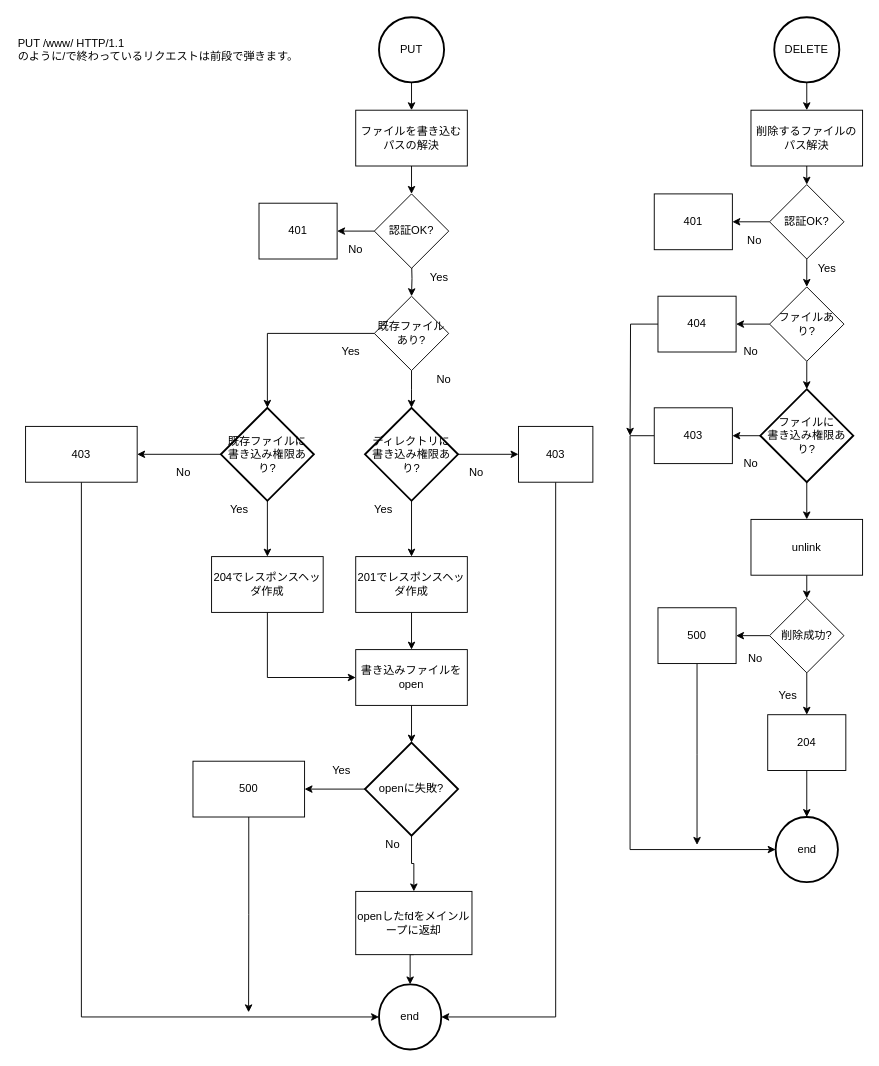
Above: drawio/putとdelete.dio in hiroin/webserv (draw.io), before the change. Source tidied: cells renumbered, new cells numbered last; positions are measured from the earlier drawing's top-left corner, leaving out a move shared by most shapes. Both pictures are drawn from the tidied source at 93%, with x=0, y=0 at pixel (16, 17).
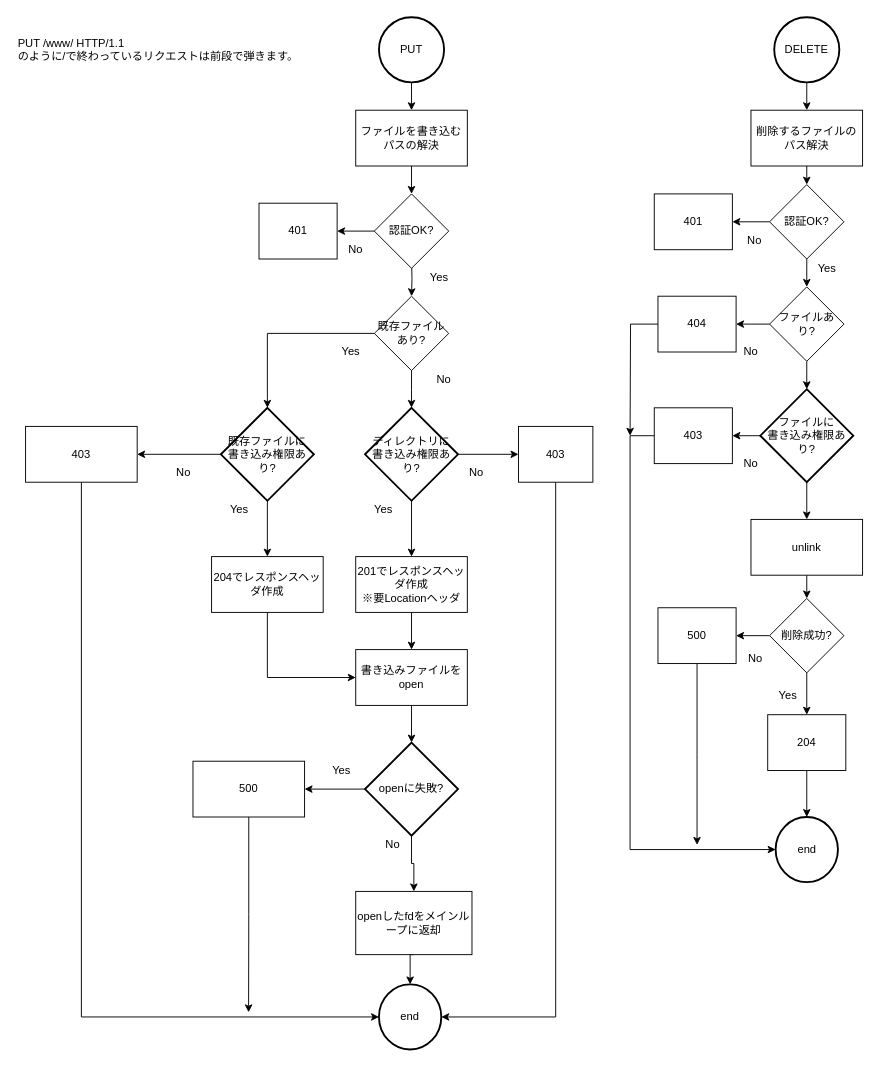
Above is the later version.

What changed in the source:
```diff
@@
-    <mxCell id="29" value="201でレスポンスヘッダ作成" style="rounded=0;whiteSpace=wrap;html=1;" parent="1" vertex="1">
+    <mxCell id="29" value="201でレスポンスヘッダ作成&lt;br&gt;※要Locationヘッダ" style="rounded=0;whiteSpace=wrap;html=1;" parent="1" vertex="1">
       <mxGeometry x="365" y="580" width="120" height="60" as="geometry" />
     </mxCell>
```
